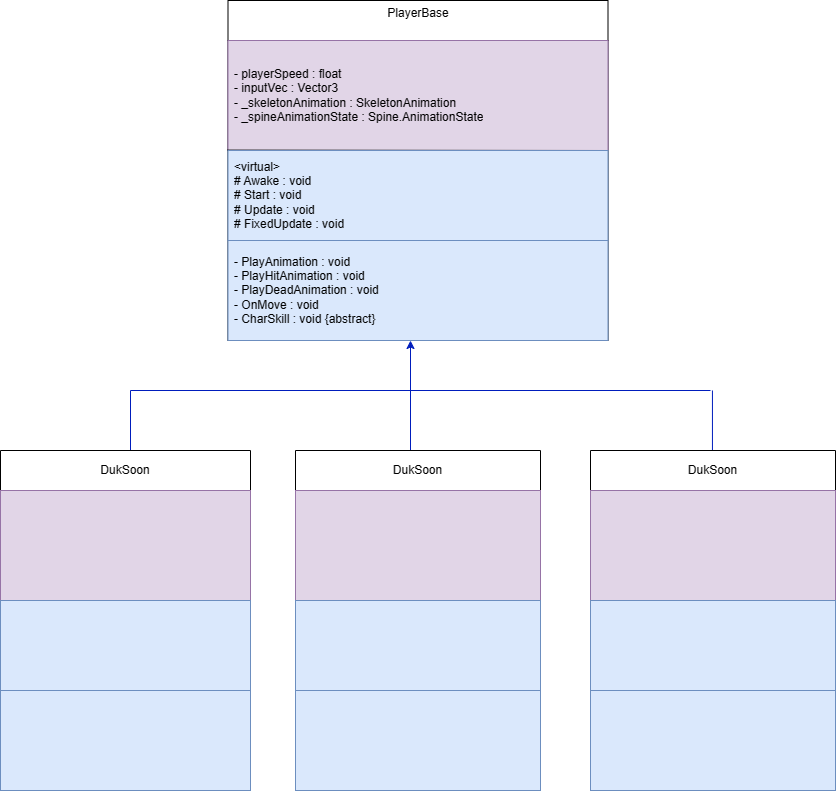
Earlier version of the draw.io export CharacterClass.png (gdevhun/SBSAcademy_TeamProject). Source tidied: cells renumbered, new cells last; positions are measured from the earlier drawing's top-left corner, leaving out a move shared by most shapes.
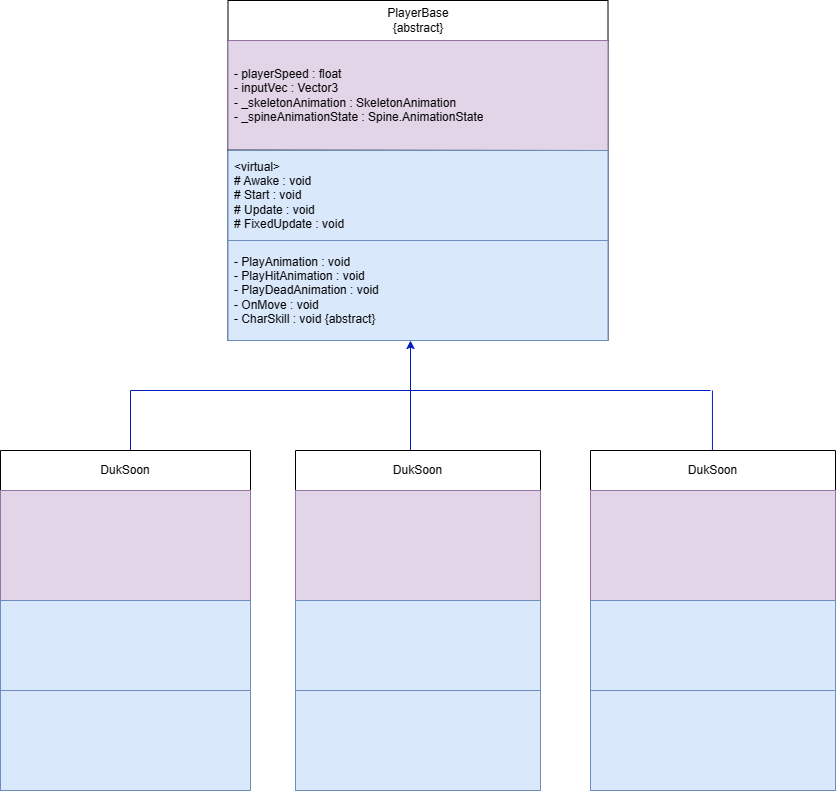
Above is the later version.

Change to the diagram source:
```diff
@@ -2,7 +2,7 @@
   <root>
     <mxCell id="0" />
     <mxCell id="1" parent="0" />
-    <mxCell id="2" value="PlayerBase&lt;div&gt;&lt;br&gt;&lt;/div&gt;" style="swimlane;fontStyle=0;horizontal=1;startSize=40;whiteSpace=wrap;html=1;align=center;" parent="1" vertex="1">
+    <mxCell id="2" value="PlayerBase&lt;div&gt;{abstract}&lt;/div&gt;" style="swimlane;fontStyle=0;horizontal=1;startSize=40;whiteSpace=wrap;html=1;align=center;" parent="1" vertex="1">
       <mxGeometry x="227.5" width="380" height="340" as="geometry" />
     </mxCell>
     <mxCell id="3" value="- playerSpeed : float&lt;div&gt;- inputVec : Vector3&lt;/div&gt;&lt;div&gt;- _skeletonAnimation : SkeletonAnimation&lt;br&gt;&lt;/div&gt;&lt;div&gt;- _spineAnimationState : Spine.AnimationState&lt;br&gt;&lt;/div&gt;" style="text;strokeColor=#9673a6;fillColor=#e1d5e7;align=left;verticalAlign=middle;spacingLeft=4;spacingRight=4;overflow=hidden;whiteSpace=wrap;html=1;strokeWidth=1;" parent="2" vertex="1">
```
